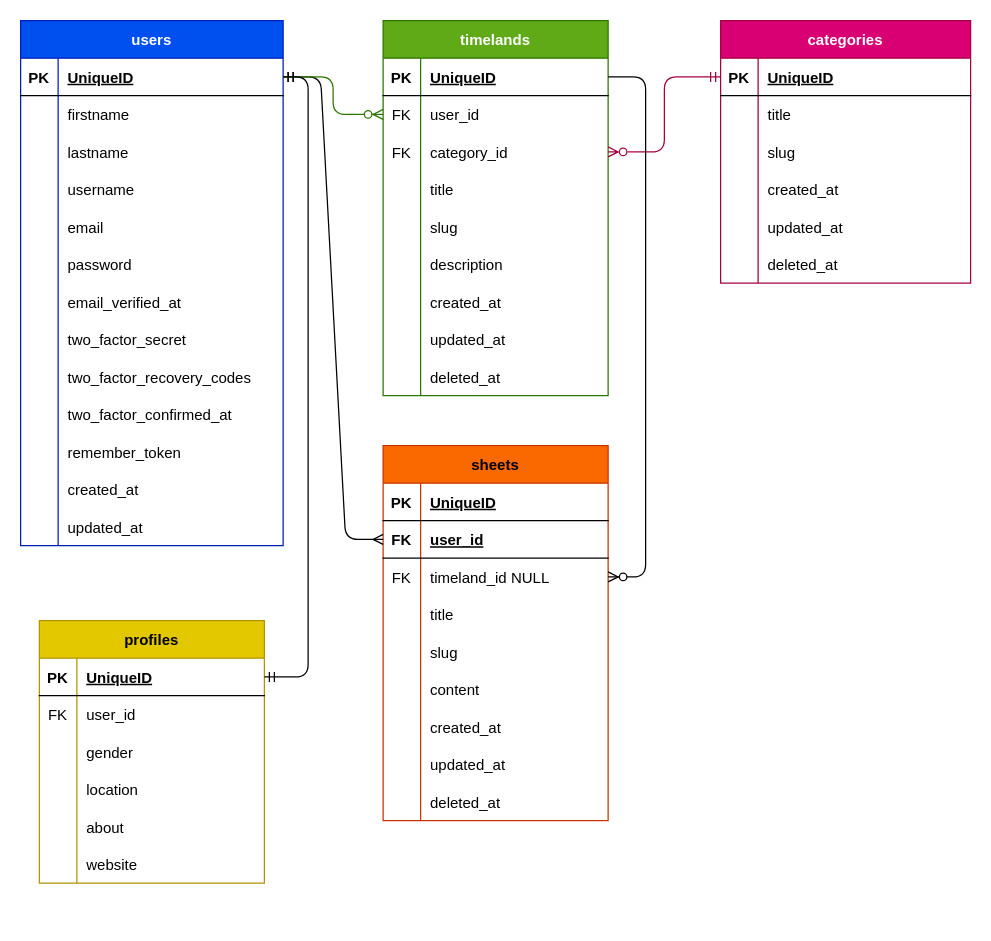
The draw.io diagram database/schemas/db.drawio in opensheetorg/opensheet, before the edit. Source tidied: cells renumbered, new cells numbered last; positions are measured from the earlier drawing's top-left corner, leaving out a move shared by most shapes. Both pictures are drawn from the tidied source at 125%, with x=0, y=0 at pixel (20, 20).
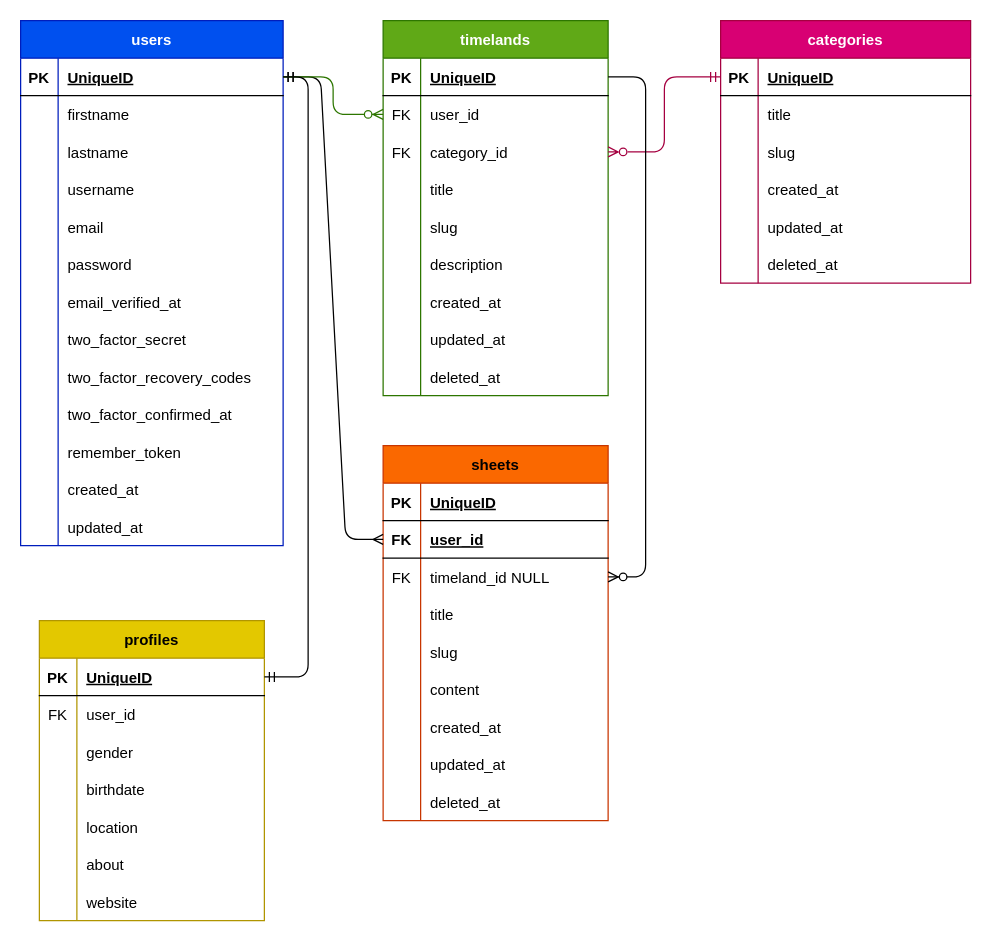
The same page after the edit.

Diff of the diagram source:
```diff
@@
     <mxCell id="121" value="profiles" style="shape=table;startSize=30;childLayout=tableLayout;rowLines=0;fontStyle=1;align=center;fillColor=#e3c800;fontColor=#000000;strokeColor=#B09500;" parent="1" vertex="1">
-      <mxGeometry x="15" y="480" width="180" height="210" as="geometry" />
+      <mxGeometry x="15" y="480" width="180" height="240" as="geometry" />
     </mxCell>
@@
+    <mxCell id="141" style="shape=tableRow;horizontal=0;startSize=0;swimlaneHead=0;swimlaneBody=0;fillColor=none;top=0;left=0;right=0;bottom=0;" parent="121" vertex="1">
+      <mxGeometry y="120" width="180" height="30" as="geometry" />
+    </mxCell>
+    <mxCell id="142" style="shape=partialRectangle;fillColor=none;top=0;left=0;bottom=0;right=0;overflow=hidden;" parent="141" vertex="1">
+      <mxGeometry width="30" height="30" as="geometry" />
+    </mxCell>
+    <mxCell id="143" value="birthdate" style="shape=partialRectangle;fillColor=none;top=0;left=0;bottom=0;right=0;align=left;spacingLeft=6;overflow=hidden;" parent="141" vertex="1">
+      <mxGeometry x="30" width="150" height="30" as="geometry" />
+    </mxCell>
     <mxCell id="131" style="shape=tableRow;horizontal=0;startSize=0;swimlaneHead=0;swimlaneBody=0;fillColor=none;top=0;left=0;right=0;bottom=0;" parent="121" vertex="1">
-      <mxGeometry y="120" width="180" height="30" as="geometry" />
+      <mxGeometry y="150" width="180" height="30" as="geometry" />
     </mxCell>
@@
     <mxCell id="134" style="shape=tableRow;horizontal=0;startSize=0;swimlaneHead=0;swimlaneBody=0;fillColor=none;top=0;left=0;right=0;bottom=0;" parent="121" vertex="1">
-      <mxGeometry y="150" width="180" height="30" as="geometry" />
+      <mxGeometry y="180" width="180" height="30" as="geometry" />
     </mxCell>
@@
     <mxCell id="137" style="shape=tableRow;horizontal=0;startSize=0;swimlaneHead=0;swimlaneBody=0;fillColor=none;top=0;left=0;right=0;bottom=0;" parent="121" vertex="1">
-      <mxGeometry y="180" width="180" height="30" as="geometry" />
+      <mxGeometry y="210" width="180" height="30" as="geometry" />
     </mxCell>
```
